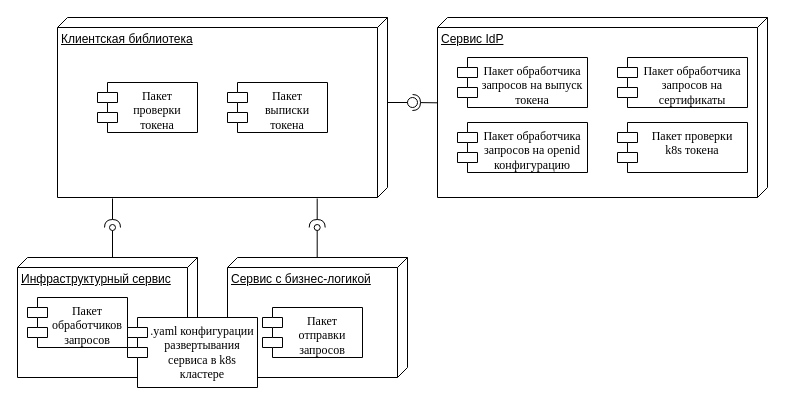
Earlier version of the draw.io diagram page "components" (3 of 3) of docs/prez/prez0.drawio (perpetua1g0d/bmstu-diploma). Source tidied: cells renumbered, new cells numbered last; positions are measured from the earlier drawing's top-left corner, leaving out a move shared by most shapes. Both pictures are drawn from the tidied source at 100%, with x=0, y=0 at pixel (17, 17).
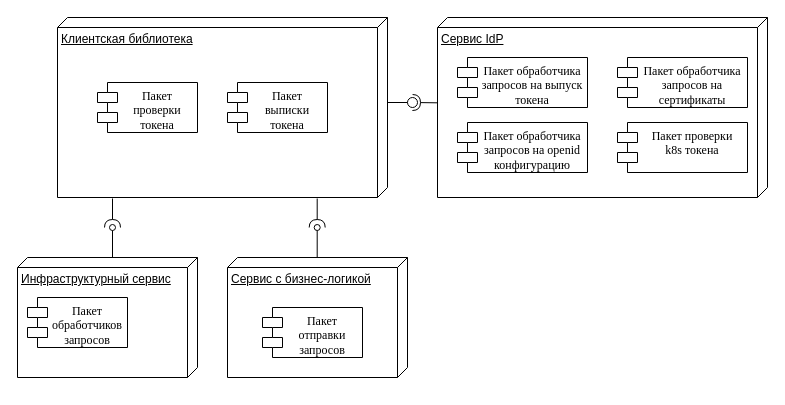
The same page after the edit.

Change to the diagram source:
```diff
@@
-    <mxCell id="22" value="&lt;font face=&quot;Times New Roman&quot;&gt;.yaml конфигурации развертывания сервиса в k8s кластере&lt;/font&gt;" style="shape=module;align=left;spacingLeft=20;align=center;verticalAlign=top;whiteSpace=wrap;html=1;" parent="1" vertex="1">
-      <mxGeometry x="110" y="300" width="130" height="70" as="geometry" />
-    </mxCell>
```
